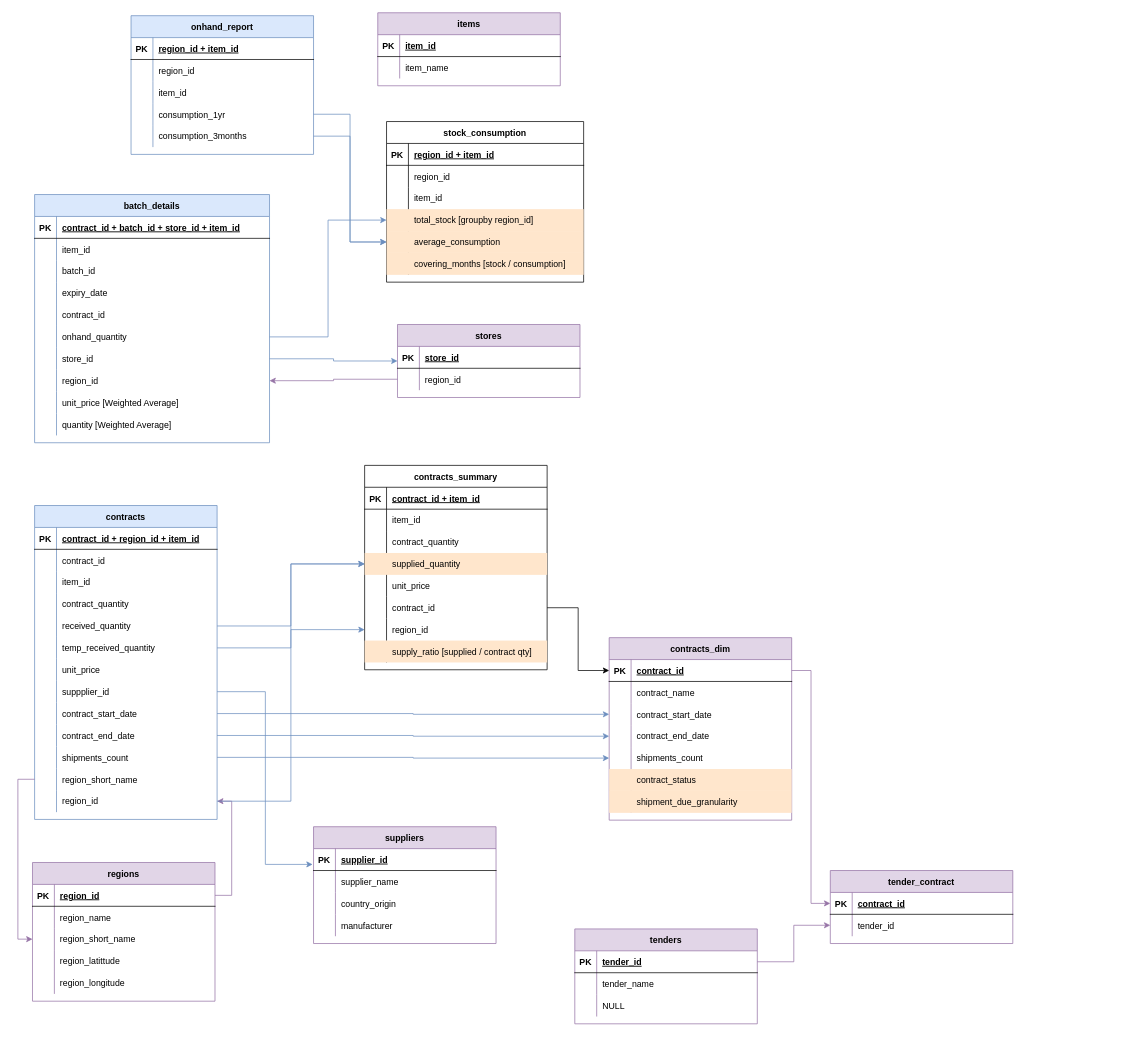
HammadYasin/OOS-Analysis-Bot keeps this draw.io diagram as oos_bot.drawio. Above is the earlier version. Source tidied: cells renumbered, new cells numbered last; positions are measured from the earlier drawing's top-left corner, leaving out a move shared by most shapes. Both pictures are drawn from the tidied source at 73%, with x=0, y=0 at pixel (32, 12).
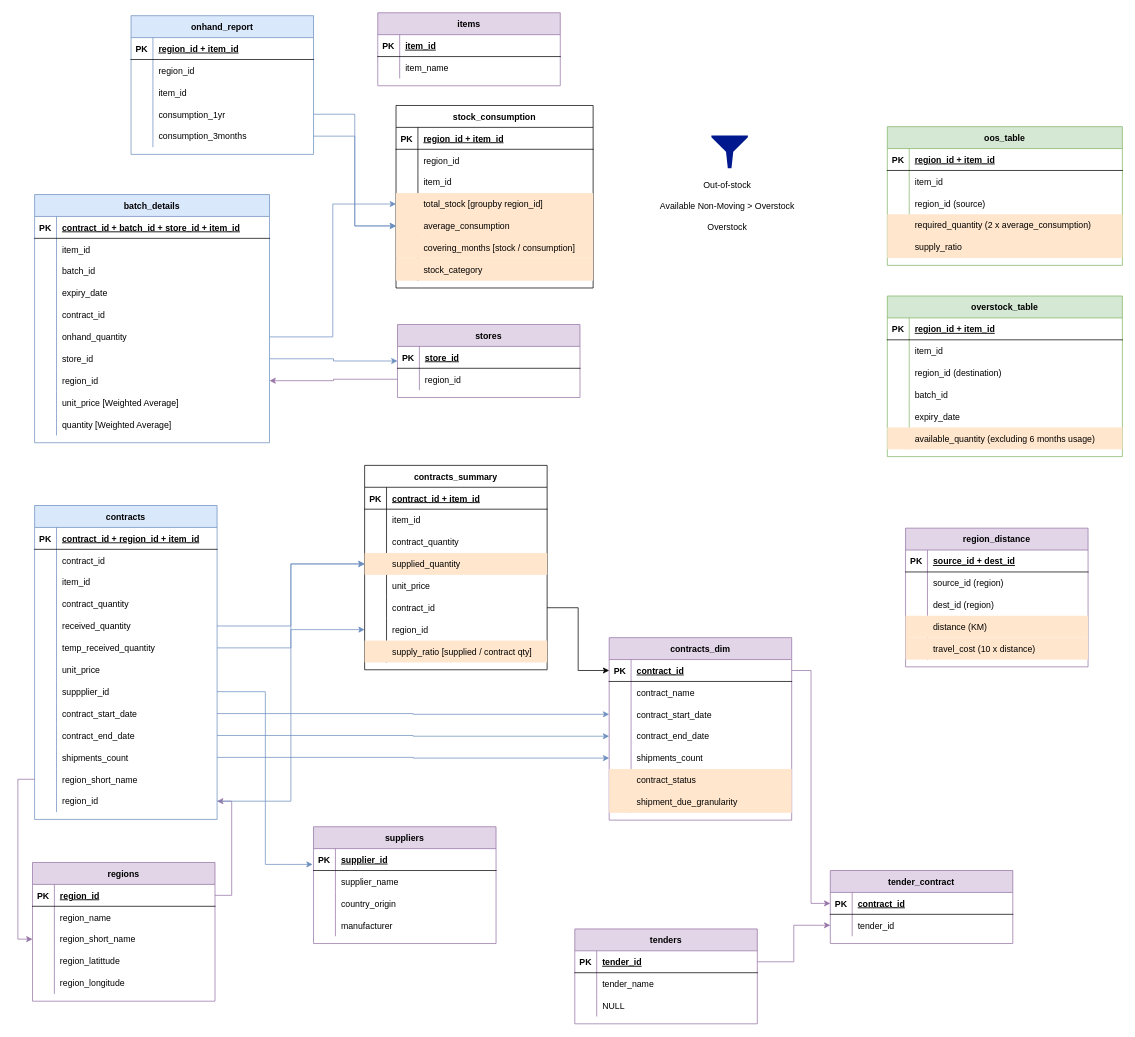
Above is the later version.

Change to the diagram source:
```diff
@@
     <mxCell id="112" value="stock_consumption" style="shape=table;startSize=30;childLayout=tableLayout;rowLines=0;fontStyle=1;align=center;" parent="1" vertex="1">
-      <mxGeometry x="485" y="149" width="270" height="220" as="geometry" />
+      <mxGeometry x="498" y="127" width="270" height="250" as="geometry" />
     </mxCell>
@@
+    <mxCell id="232" style="shape=partialRectangle;fillColor=#ffe6cc;top=0;left=0;right=0;bottom=0;strokeColor=#d79b00;" parent="112" vertex="1">
+      <mxGeometry y="210" width="270" height="30" as="geometry" />
+    </mxCell>
+    <mxCell id="233" style="shape=partialRectangle;overflow=hidden;fillColor=none;top=0;left=0;bottom=0;right=0;" parent="232" vertex="1">
+      <mxGeometry width="30" height="30" as="geometry" />
+    </mxCell>
+    <mxCell id="234" value="stock_category" style="shape=partialRectangle;overflow=hidden;fillColor=none;top=0;left=0;bottom=0;right=0;align=left;spacingLeft=6;" parent="232" vertex="1">
+      <mxGeometry x="30" width="240" height="30" as="geometry" />
+    </mxCell>
@@
+    <mxCell id="235" style="sketch=0;shadow=0;dashed=0;html=1;strokeColor=none;labelPosition=center;verticalLabelPosition=bottom;verticalAlign=top;align=center;fillColor=#00188D;shape=mxgraph.mscae.enterprise.filter;" parent="1" vertex="1">
+      <mxGeometry x="930" y="168" width="50" height="45" as="geometry" />
+    </mxCell>
+    <mxCell id="236" value="Out-of-stock&lt;br&gt;&lt;br&gt;Available Non-Moving &amp;gt; Overstock&lt;br&gt;&lt;br&gt;Overstock" style="text;html=1;strokeColor=none;fillColor=none;align=center;verticalAlign=middle;whiteSpace=wrap;rounded=0;" parent="1" vertex="1">
+      <mxGeometry x="858" y="219" width="188" height="92" as="geometry" />
+    </mxCell>
+    <mxCell id="237" value="oos_table" style="shape=table;startSize=30;childLayout=tableLayout;rowLines=0;fontStyle=1;align=center;fillColor=#d5e8d4;strokeColor=#82b366;" parent="1" vertex="1">
+      <mxGeometry x="1171" y="156" width="322" height="190" as="geometry" />
+    </mxCell>
+    <mxCell id="238" style="shape=partialRectangle;fillColor=none;top=0;left=0;right=0;bottom=1;" parent="237" vertex="1">
+      <mxGeometry y="30" width="322" height="30" as="geometry" />
+    </mxCell>
+    <mxCell id="239" value="PK" style="shape=partialRectangle;overflow=hidden;fillColor=none;top=0;left=0;bottom=0;right=0;fontStyle=1;" parent="238" vertex="1">
+      <mxGeometry width="30" height="30" as="geometry" />
+    </mxCell>
+    <mxCell id="240" value="region_id + item_id" style="shape=partialRectangle;overflow=hidden;fillColor=none;top=0;left=0;bottom=0;right=0;align=left;spacingLeft=6;fontStyle=5;" parent="238" vertex="1">
+      <mxGeometry x="30" width="292" height="30" as="geometry" />
+    </mxCell>
+    <mxCell id="241" style="shape=partialRectangle;fillColor=none;top=0;left=0;right=0;bottom=0;" parent="237" vertex="1">
+      <mxGeometry y="60" width="322" height="30" as="geometry" />
+    </mxCell>
+    <mxCell id="242" style="shape=partialRectangle;overflow=hidden;fillColor=none;top=0;left=0;bottom=0;right=0;" parent="241" vertex="1">
+      <mxGeometry width="30" height="30" as="geometry" />
+    </mxCell>
+    <mxCell id="243" value="item_id" style="shape=partialRectangle;overflow=hidden;fillColor=none;top=0;left=0;bottom=0;right=0;align=left;spacingLeft=6;" parent="241" vertex="1">
+      <mxGeometry x="30" width="292" height="30" as="geometry" />
+    </mxCell>
+    <mxCell id="244" style="shape=partialRectangle;fillColor=none;top=0;left=0;right=0;bottom=0;" parent="237" vertex="1">
+      <mxGeometry y="90" width="322" height="30" as="geometry" />
+    </mxCell>
+    <mxCell id="245" style="shape=partialRectangle;overflow=hidden;fillColor=none;top=0;left=0;bottom=0;right=0;" parent="244" vertex="1">
+      <mxGeometry width="30" height="30" as="geometry" />
+    </mxCell>
+    <mxCell id="246" value="region_id (source)" style="shape=partialRectangle;overflow=hidden;fillColor=none;top=0;left=0;bottom=0;right=0;align=left;spacingLeft=6;" parent="244" vertex="1">
+      <mxGeometry x="30" width="292" height="30" as="geometry" />
+    </mxCell>
+    <mxCell id="247" style="shape=partialRectangle;fillColor=#ffe6cc;top=0;left=0;right=0;bottom=0;strokeColor=#d79b00;" parent="237" vertex="1">
+      <mxGeometry y="120" width="322" height="30" as="geometry" />
+    </mxCell>
+    <mxCell id="248" style="shape=partialRectangle;overflow=hidden;fillColor=none;top=0;left=0;bottom=0;right=0;" parent="247" vertex="1">
+      <mxGeometry width="30" height="30" as="geometry" />
+    </mxCell>
+    <mxCell id="249" value="required_quantity (2 x average_consumption)" style="shape=partialRectangle;overflow=hidden;fillColor=none;top=0;left=0;bottom=0;right=0;align=left;spacingLeft=6;" parent="247" vertex="1">
+      <mxGeometry x="30" width="292" height="30" as="geometry" />
+    </mxCell>
+    <mxCell id="250" style="shape=partialRectangle;fillColor=#ffe6cc;top=0;left=0;right=0;bottom=0;strokeColor=#d79b00;" parent="237" vertex="1">
+      <mxGeometry y="150" width="322" height="30" as="geometry" />
+    </mxCell>
+    <mxCell id="251" style="shape=partialRectangle;overflow=hidden;fillColor=none;top=0;left=0;bottom=0;right=0;" parent="250" vertex="1">
+      <mxGeometry width="30" height="30" as="geometry" />
+    </mxCell>
+    <mxCell id="252" value="supply_ratio" style="shape=partialRectangle;overflow=hidden;fillColor=none;top=0;left=0;bottom=0;right=0;align=left;spacingLeft=6;" parent="250" vertex="1">
+      <mxGeometry x="30" width="292" height="30" as="geometry" />
+    </mxCell>
+    <mxCell id="253" value="overstock_table" style="shape=table;startSize=30;childLayout=tableLayout;rowLines=0;fontStyle=1;align=center;fillColor=#d5e8d4;strokeColor=#82b366;" parent="1" vertex="1">
+      <mxGeometry x="1171" y="388" width="322" height="220" as="geometry" />
+    </mxCell>
+    <mxCell id="254" style="shape=partialRectangle;fillColor=none;top=0;left=0;right=0;bottom=1;" parent="253" vertex="1">
+      <mxGeometry y="30" width="322" height="30" as="geometry" />
+    </mxCell>
+    <mxCell id="255" value="PK" style="shape=partialRectangle;overflow=hidden;fillColor=none;top=0;left=0;bottom=0;right=0;fontStyle=1;" parent="254" vertex="1">
+      <mxGeometry width="30" height="30" as="geometry" />
+    </mxCell>
+    <mxCell id="256" value="region_id + item_id" style="shape=partialRectangle;overflow=hidden;fillColor=none;top=0;left=0;bottom=0;right=0;align=left;spacingLeft=6;fontStyle=5;" parent="254" vertex="1">
+      <mxGeometry x="30" width="292" height="30" as="geometry" />
+    </mxCell>
+    <mxCell id="257" style="shape=partialRectangle;fillColor=none;top=0;left=0;right=0;bottom=0;" parent="253" vertex="1">
+      <mxGeometry y="60" width="322" height="30" as="geometry" />
+    </mxCell>
+    <mxCell id="258" style="shape=partialRectangle;overflow=hidden;fillColor=none;top=0;left=0;bottom=0;right=0;" parent="257" vertex="1">
+      <mxGeometry width="30" height="30" as="geometry" />
+    </mxCell>
+    <mxCell id="259" value="item_id" style="shape=partialRectangle;overflow=hidden;fillColor=none;top=0;left=0;bottom=0;right=0;align=left;spacingLeft=6;" parent="257" vertex="1">
+      <mxGeometry x="30" width="292" height="30" as="geometry" />
+    </mxCell>
+    <mxCell id="260" style="shape=partialRectangle;fillColor=none;top=0;left=0;right=0;bottom=0;" parent="253" vertex="1">
+      <mxGeometry y="90" width="322" height="30" as="geometry" />
+    </mxCell>
+    <mxCell id="261" style="shape=partialRectangle;overflow=hidden;fillColor=none;top=0;left=0;bottom=0;right=0;" parent="260" vertex="1">
+      <mxGeometry width="30" height="30" as="geometry" />
+    </mxCell>
+    <mxCell id="262" value="region_id (destination)" style="shape=partialRectangle;overflow=hidden;fillColor=none;top=0;left=0;bottom=0;right=0;align=left;spacingLeft=6;" parent="260" vertex="1">
+      <mxGeometry x="30" width="292" height="30" as="geometry" />
+    </mxCell>
+    <mxCell id="263" style="shape=partialRectangle;fillColor=none;top=0;left=0;right=0;bottom=0;strokeColor=#d79b00;" parent="253" vertex="1">
+      <mxGeometry y="120" width="322" height="30" as="geometry" />
+    </mxCell>
+    <mxCell id="264" style="shape=partialRectangle;overflow=hidden;fillColor=none;top=0;left=0;bottom=0;right=0;" parent="263" vertex="1">
+      <mxGeometry width="30" height="30" as="geometry" />
+    </mxCell>
+    <mxCell id="265" value="batch_id" style="shape=partialRectangle;overflow=hidden;fillColor=none;top=0;left=0;bottom=0;right=0;align=left;spacingLeft=6;" parent="263" vertex="1">
+      <mxGeometry x="30" width="292" height="30" as="geometry" />
+    </mxCell>
+    <mxCell id="266" style="shape=partialRectangle;fillColor=none;top=0;left=0;right=0;bottom=0;strokeColor=#d79b00;" parent="253" vertex="1">
+      <mxGeometry y="150" width="322" height="30" as="geometry" />
+    </mxCell>
+    <mxCell id="267" style="shape=partialRectangle;overflow=hidden;fillColor=none;top=0;left=0;bottom=0;right=0;" parent="266" vertex="1">
+      <mxGeometry width="30" height="30" as="geometry" />
+    </mxCell>
+    <mxCell id="268" value="expiry_date" style="shape=partialRectangle;overflow=hidden;fillColor=none;top=0;left=0;bottom=0;right=0;align=left;spacingLeft=6;" parent="266" vertex="1">
+      <mxGeometry x="30" width="292" height="30" as="geometry" />
+    </mxCell>
+    <mxCell id="269" style="shape=partialRectangle;fillColor=#ffe6cc;top=0;left=0;right=0;bottom=0;strokeColor=#d79b00;" parent="253" vertex="1">
+      <mxGeometry y="180" width="322" height="30" as="geometry" />
+    </mxCell>
+    <mxCell id="270" style="shape=partialRectangle;overflow=hidden;fillColor=none;top=0;left=0;bottom=0;right=0;" parent="269" vertex="1">
+      <mxGeometry width="30" height="30" as="geometry" />
+    </mxCell>
+    <mxCell id="271" value="available_quantity (excluding 6 months usage)" style="shape=partialRectangle;overflow=hidden;fillColor=none;top=0;left=0;bottom=0;right=0;align=left;spacingLeft=6;" parent="269" vertex="1">
+      <mxGeometry x="30" width="292" height="30" as="geometry" />
+    </mxCell>
+    <mxCell id="272" value="region_distance" style="shape=table;startSize=30;childLayout=tableLayout;rowLines=0;fontStyle=1;align=center;fillColor=#e1d5e7;strokeColor=#9673a6;" parent="1" vertex="1">
+      <mxGeometry x="1196" y="706" width="250" height="190" as="geometry" />
+    </mxCell>
+    <mxCell id="273" style="shape=partialRectangle;fillColor=none;top=0;left=0;right=0;bottom=1;" parent="272" vertex="1">
+      <mxGeometry y="30" width="250" height="30" as="geometry" />
+    </mxCell>
+    <mxCell id="274" value="PK" style="shape=partialRectangle;overflow=hidden;fillColor=none;top=0;left=0;bottom=0;right=0;fontStyle=1;" parent="273" vertex="1">
+      <mxGeometry width="30" height="30" as="geometry" />
+    </mxCell>
+    <mxCell id="275" value="source_id + dest_id" style="shape=partialRectangle;overflow=hidden;fillColor=none;top=0;left=0;bottom=0;right=0;align=left;spacingLeft=6;fontStyle=5;" parent="273" vertex="1">
+      <mxGeometry x="30" width="220" height="30" as="geometry" />
+    </mxCell>
+    <mxCell id="276" style="shape=partialRectangle;fillColor=none;top=0;left=0;right=0;bottom=0;" parent="272" vertex="1">
+      <mxGeometry y="60" width="250" height="30" as="geometry" />
+    </mxCell>
+    <mxCell id="277" style="shape=partialRectangle;overflow=hidden;fillColor=none;top=0;left=0;bottom=0;right=0;" parent="276" vertex="1">
+      <mxGeometry width="30" height="30" as="geometry" />
+    </mxCell>
+    <mxCell id="278" value="source_id (region)" style="shape=partialRectangle;overflow=hidden;fillColor=none;top=0;left=0;bottom=0;right=0;align=left;spacingLeft=6;" parent="276" vertex="1">
+      <mxGeometry x="30" width="220" height="30" as="geometry" />
+    </mxCell>
+    <mxCell id="279" style="shape=partialRectangle;fillColor=none;top=0;left=0;right=0;bottom=0;" parent="272" vertex="1">
+      <mxGeometry y="90" width="250" height="30" as="geometry" />
+    </mxCell>
+    <mxCell id="280" style="shape=partialRectangle;overflow=hidden;fillColor=none;top=0;left=0;bottom=0;right=0;" parent="279" vertex="1">
+      <mxGeometry width="30" height="30" as="geometry" />
+    </mxCell>
+    <mxCell id="281" value="dest_id (region)" style="shape=partialRectangle;overflow=hidden;fillColor=none;top=0;left=0;bottom=0;right=0;align=left;spacingLeft=6;" parent="279" vertex="1">
+      <mxGeometry x="30" width="220" height="30" as="geometry" />
+    </mxCell>
+    <mxCell id="282" style="shape=partialRectangle;fillColor=#ffe6cc;top=0;left=0;right=0;bottom=0;strokeColor=#d79b00;" parent="272" vertex="1">
+      <mxGeometry y="120" width="250" height="30" as="geometry" />
+    </mxCell>
+    <mxCell id="283" style="shape=partialRectangle;overflow=hidden;fillColor=none;top=0;left=0;bottom=0;right=0;" parent="282" vertex="1">
+      <mxGeometry width="30" height="30" as="geometry" />
+    </mxCell>
+    <mxCell id="284" value="distance (KM)" style="shape=partialRectangle;overflow=hidden;fillColor=none;top=0;left=0;bottom=0;right=0;align=left;spacingLeft=6;" parent="282" vertex="1">
+      <mxGeometry x="30" width="220" height="30" as="geometry" />
+    </mxCell>
+    <mxCell id="285" style="shape=partialRectangle;fillColor=#ffe6cc;top=0;left=0;right=0;bottom=0;strokeColor=#d79b00;" parent="272" vertex="1">
+      <mxGeometry y="150" width="250" height="30" as="geometry" />
+    </mxCell>
+    <mxCell id="286" style="shape=partialRectangle;overflow=hidden;fillColor=none;top=0;left=0;bottom=0;right=0;" parent="285" vertex="1">
+      <mxGeometry width="30" height="30" as="geometry" />
+    </mxCell>
+    <mxCell id="287" value="travel_cost (10 x distance)" style="shape=partialRectangle;overflow=hidden;fillColor=none;top=0;left=0;bottom=0;right=0;align=left;spacingLeft=6;" parent="285" vertex="1">
+      <mxGeometry x="30" width="220" height="30" as="geometry" />
+    </mxCell>
```
